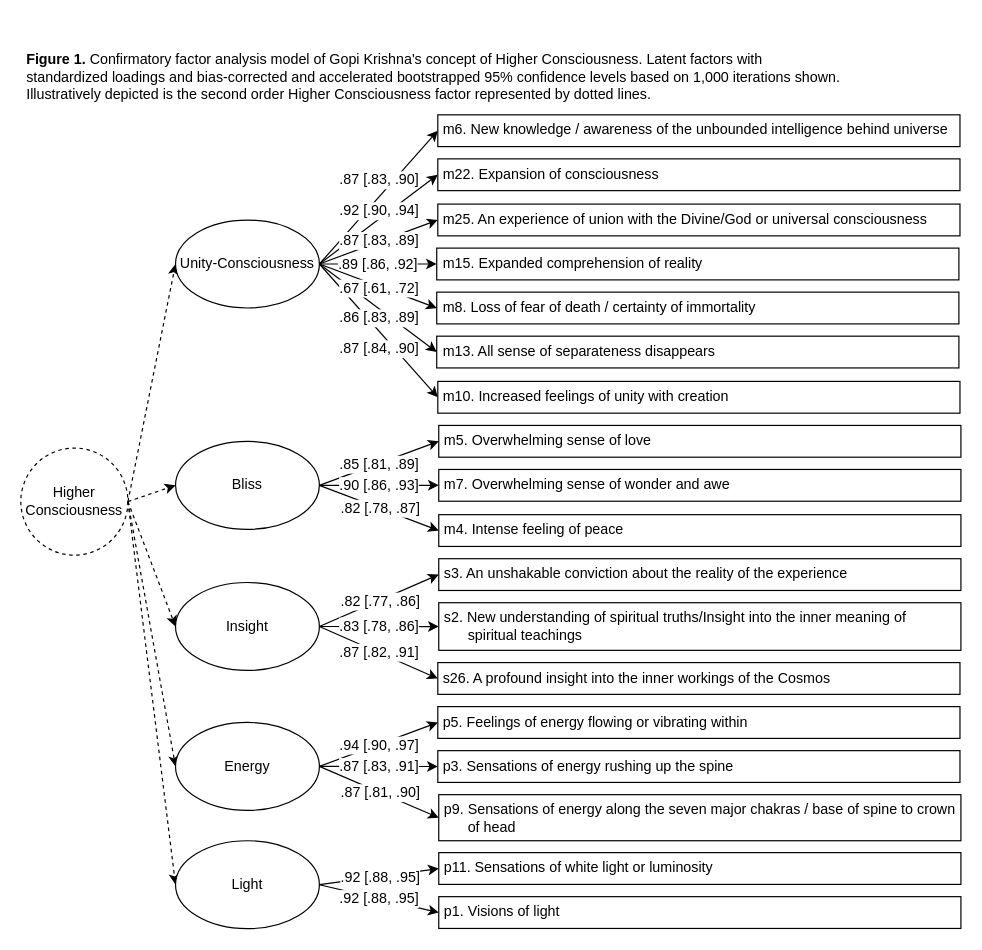
This is documents/HC-HigherOrder.drawio from emergingsciences/discover, a draw.io file, before an edit. Source tidied: cells renumbered, new cells numbered last; positions are measured from the earlier drawing's top-left corner, leaving out a move shared by most shapes. Both pictures are drawn from the tidied source at 119%, with x=0, y=0 at pixel (20, 32).
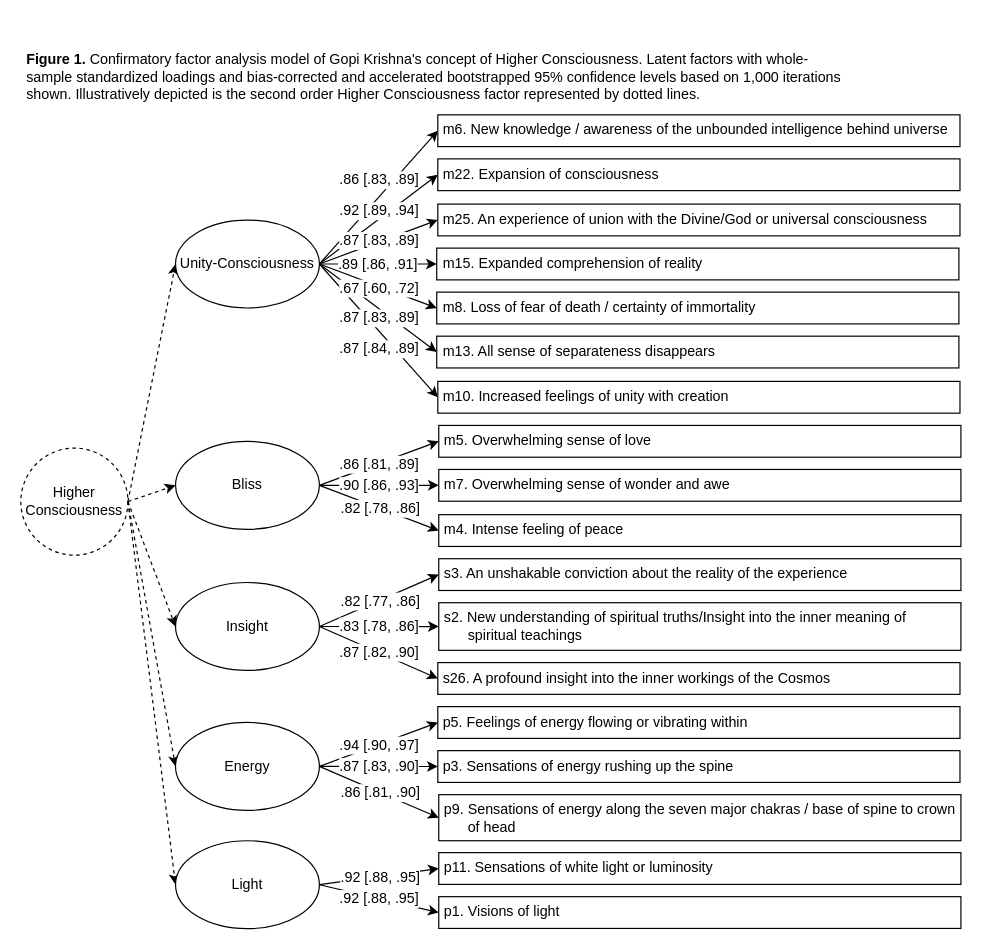
After the change.

Unchanged cells that the change refers to:
```xml
<mxCell id="13" style="endArrow=classic;html=1;rounded=0;entryX=0;entryY=0.5;entryDx=0;entryDy=0;exitX=1;exitY=0.5;exitDx=0;exitDy=0;fontSize=12;" parent="1" edge="1" source="10" target="51">
  <mxGeometry relative="1" as="geometry" />
</mxCell>
<mxCell id="17" style="endArrow=classic;html=1;rounded=0;entryX=0;entryY=0.5;entryDx=0;entryDy=0;exitX=1;exitY=0.5;exitDx=0;exitDy=0;fontSize=12;" parent="1" edge="1" source="10" target="53">
  <mxGeometry relative="1" as="geometry" />
</mxCell>
<mxCell id="26" style="endArrow=classic;html=1;rounded=0;entryX=0;entryY=0.5;entryDx=0;entryDy=0;exitX=1;exitY=0.5;exitDx=0;exitDy=0;fontSize=12;" parent="1" edge="1" source="11" target="57">
  <mxGeometry relative="1" as="geometry" />
</mxCell>
<mxCell id="28" style="endArrow=classic;html=1;rounded=0;entryX=0;entryY=0.5;entryDx=0;entryDy=0;exitX=1;exitY=0.5;exitDx=0;exitDy=0;fontSize=12;" parent="1" edge="1" source="11" target="58">
  <mxGeometry relative="1" as="geometry" />
</mxCell>
<mxCell id="34" style="endArrow=classic;html=1;rounded=0;exitX=1;exitY=0.5;exitDx=0;exitDy=0;entryX=0;entryY=0.5;entryDx=0;entryDy=0;fontSize=12;" parent="1" edge="1" source="9" target="44">
  <mxGeometry relative="1" as="geometry" />
</mxCell>
<mxCell id="36" style="endArrow=classic;html=1;rounded=0;entryX=0;entryY=0.5;entryDx=0;entryDy=0;exitX=1;exitY=0.5;exitDx=0;exitDy=0;fontSize=12;" parent="1" edge="1" source="9" target="50">
  <mxGeometry relative="1" as="geometry" />
</mxCell>
<mxCell id="38" style="endArrow=classic;html=1;rounded=0;entryX=0;entryY=0.5;entryDx=0;entryDy=0;exitX=1;exitY=0.5;exitDx=0;exitDy=0;fontSize=12;" parent="1" edge="1" source="9" target="49">
  <mxGeometry relative="1" as="geometry" />
</mxCell>
<mxCell id="40" style="endArrow=classic;html=1;rounded=0;entryX=0;entryY=0.5;entryDx=0;entryDy=0;exitX=1;exitY=0.5;exitDx=0;exitDy=0;fontSize=12;" parent="1" edge="1" source="9" target="47">
  <mxGeometry relative="1" as="geometry" />
</mxCell>
<mxCell id="42" style="endArrow=classic;html=1;rounded=0;entryX=0;entryY=0.5;entryDx=0;entryDy=0;exitX=1;exitY=0.5;exitDx=0;exitDy=0;fontSize=12;" parent="1" edge="1" source="19" target="61">
  <mxGeometry relative="1" as="geometry" />
</mxCell>
<mxCell id="62" style="endArrow=classic;html=1;rounded=0;entryX=0;entryY=0.5;entryDx=0;entryDy=0;exitX=1;exitY=0.5;exitDx=0;exitDy=0;fontSize=12;" parent="1" edge="1" source="9" target="48">
  <mxGeometry relative="1" as="geometry" />
</mxCell>
<mxCell id="64" style="endArrow=classic;html=1;rounded=0;exitX=1;exitY=0.5;exitDx=0;exitDy=0;entryX=0;entryY=0.5;entryDx=0;entryDy=0;fontSize=12;" parent="1" edge="1" source="9" target="45">
  <mxGeometry relative="1" as="geometry" />
</mxCell>
```

The edit, as a diff of the source:
```diff
@@
-    <mxCell id="2" value="&lt;br&gt;&lt;p&gt;&lt;b&gt;Figure 1.&lt;/b&gt; Confirmatory factor analysis model of Gopi Krishna's concept of Higher Consciousness. Latent factors with standardized loadings and bias-corrected and accelerated bootstrapped 95% confidence levels based on 1,000 iterations shown. Illustratively depicted is the second order Higher Consciousness factor represented by dotted lines.&lt;br&gt;&lt;/p&gt;" style="text;html=1;strokeColor=none;fillColor=none;spacing=5;spacingTop=-20;whiteSpace=wrap;overflow=hidden;rounded=0;" parent="1" vertex="1">
+    <mxCell id="2" value="&lt;br&gt;&lt;p&gt;&lt;b&gt;Figure 1.&lt;/b&gt; Confirmatory factor analysis model of Gopi Krishna's concept of Higher Consciousness. Latent factors with whole-sample standardized loadings and bias-corrected and accelerated bootstrapped 95% confidence levels based on 1,000 iterations shown. Illustratively depicted is the second order Higher Consciousness factor represented by dotted lines.&lt;br&gt;&lt;/p&gt;" style="text;html=1;strokeColor=none;fillColor=none;spacing=5;spacingTop=-20;whiteSpace=wrap;overflow=hidden;rounded=0;" parent="1" vertex="1">
       <mxGeometry width="696" height="63" as="geometry" />
     </mxCell>
@@
-    <mxCell id="14" value=".85 [.81, .89]" style="edgeLabel;html=1;align=center;verticalAlign=middle;fontSize=12;" parent="13" vertex="1">
+    <mxCell id="14" value=".86 [.81, .89]" style="edgeLabel;html=1;align=center;verticalAlign=middle;fontSize=12;" parent="13" vertex="1">
       <mxGeometry relative="1" as="geometry" />
     </mxCell>
@@
-    <mxCell id="18" value=".82 [.78, .87]" style="edgeLabel;html=1;align=center;verticalAlign=middle;fontSize=12;" parent="17" vertex="1">
+    <mxCell id="18" value=".82 [.78, .86]" style="edgeLabel;html=1;align=center;verticalAlign=middle;fontSize=12;" parent="17" vertex="1">
       <mxGeometry relative="1" as="geometry" />
     </mxCell>
@@
-    <mxCell id="27" value=".87 [.83, .91]" style="edgeLabel;html=1;align=center;verticalAlign=middle;fontSize=12;" parent="26" vertex="1">
+    <mxCell id="27" value=".87 [.83, .90]" style="edgeLabel;html=1;align=center;verticalAlign=middle;fontSize=12;" parent="26" vertex="1">
       <mxGeometry relative="1" as="geometry" />
     </mxCell>
@@
-    <mxCell id="29" value=".87 [.81, .90]" style="edgeLabel;html=1;align=center;verticalAlign=middle;fontSize=12;" parent="28" vertex="1">
+    <mxCell id="29" value=".86 [.81, .90]" style="edgeLabel;html=1;align=center;verticalAlign=middle;fontSize=12;" parent="28" vertex="1">
       <mxGeometry relative="1" as="geometry" />
     </mxCell>
@@
-    <mxCell id="35" value=".87 [.83, .90]" style="edgeLabel;html=1;align=center;verticalAlign=middle;spacingBottom=30;fontSize=12;" parent="34" vertex="1">
+    <mxCell id="35" value=".86 [.83, .89]" style="edgeLabel;html=1;align=center;verticalAlign=middle;spacingBottom=30;fontSize=12;" parent="34" vertex="1">
       <mxGeometry relative="1" as="geometry" />
     </mxCell>
@@
-    <mxCell id="37" value=".87 [.84, .90]" style="edgeLabel;html=1;align=center;verticalAlign=middle;labelBorderColor=none;spacingTop=30;fontSize=12;" parent="36" vertex="1">
+    <mxCell id="37" value=".87 [.84, .89]" style="edgeLabel;html=1;align=center;verticalAlign=middle;labelBorderColor=none;spacingTop=30;fontSize=12;" parent="36" vertex="1">
       <mxGeometry relative="1" as="geometry" />
     </mxCell>
@@
-    <mxCell id="39" value=".86 [.83, .89]" style="edgeLabel;html=1;align=center;verticalAlign=middle;spacingTop=16;fontSize=12;" parent="38" vertex="1">
+    <mxCell id="39" value=".87 [.83, .89]" style="edgeLabel;html=1;align=center;verticalAlign=middle;spacingTop=16;fontSize=12;" parent="38" vertex="1">
       <mxGeometry relative="1" as="geometry" />
     </mxCell>
@@
-    <mxCell id="41" value=".89 [.86, .92]" style="edgeLabel;html=1;align=center;verticalAlign=middle;spacingTop=0;fontSize=12;" parent="40" vertex="1">
+    <mxCell id="41" value=".89 [.86, .91]" style="edgeLabel;html=1;align=center;verticalAlign=middle;spacingTop=0;fontSize=12;" parent="40" vertex="1">
       <mxGeometry relative="1" as="geometry" />
     </mxCell>
@@
-    <mxCell id="43" value=".87 [.82, .91]" style="edgeLabel;html=1;align=center;verticalAlign=middle;fontSize=12;" parent="42" vertex="1">
+    <mxCell id="43" value=".87 [.82, .90]" style="edgeLabel;html=1;align=center;verticalAlign=middle;fontSize=12;" parent="42" vertex="1">
       <mxGeometry relative="1" as="geometry" />
     </mxCell>
@@
-    <mxCell id="63" value=".67 [.61, .72]" style="edgeLabel;html=1;align=center;verticalAlign=middle;spacingTop=3;fontSize=12;" parent="62" vertex="1">
+    <mxCell id="63" value=".67 [.60, .72]" style="edgeLabel;html=1;align=center;verticalAlign=middle;spacingTop=3;fontSize=12;" parent="62" vertex="1">
       <mxGeometry relative="1" as="geometry" />
     </mxCell>
@@
-    <mxCell id="65" value=".92 [.90, .94]" style="edgeLabel;html=1;align=center;verticalAlign=middle;spacingBottom=16;fontSize=12;" parent="64" vertex="1">
+    <mxCell id="65" value=".92 [.89, .94]" style="edgeLabel;html=1;align=center;verticalAlign=middle;spacingBottom=16;fontSize=12;" parent="64" vertex="1">
       <mxGeometry relative="1" as="geometry" />
     </mxCell>
```
